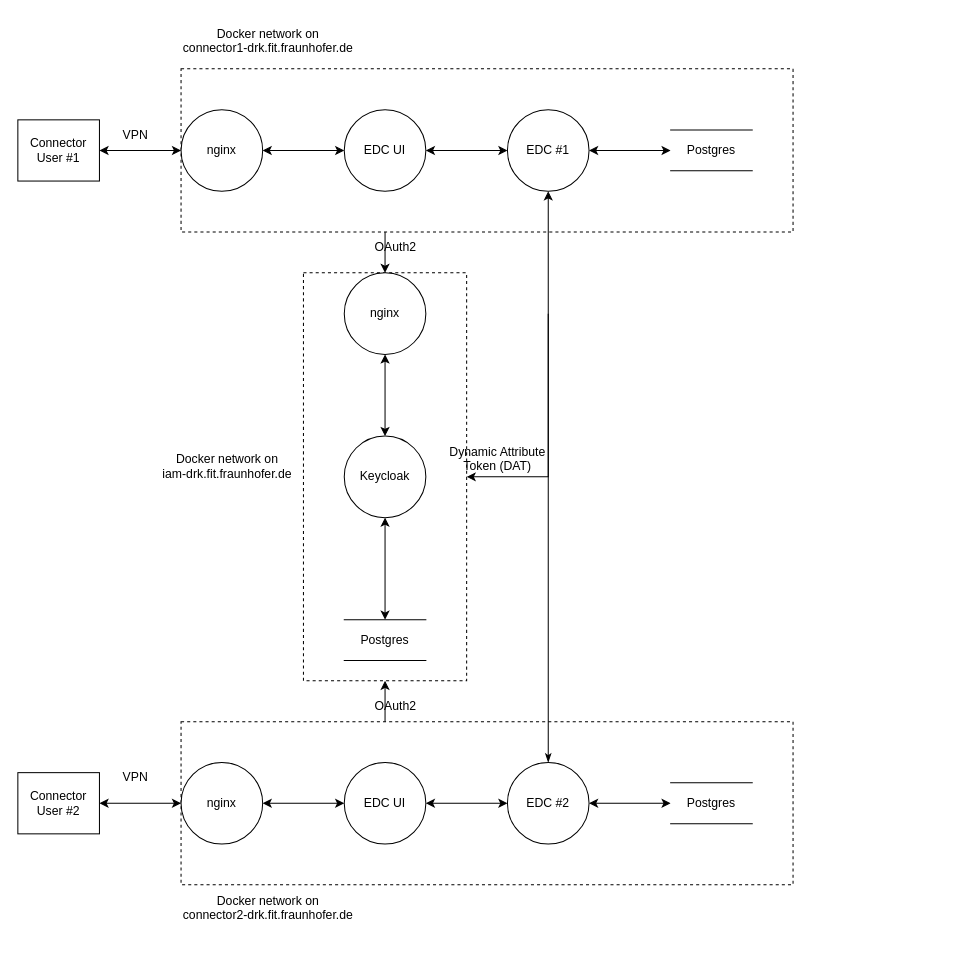
This is drk-data-flow.drawio from janniswarnat/draw.io-diagrams, a draw.io file, before an edit. Source tidied: cells renumbered, new cells numbered last; positions are measured from the earlier drawing's top-left corner, leaving out a move shared by most shapes. Both pictures are drawn from the tidied source at 102%, with x=0, y=0 at pixel (17, 17).
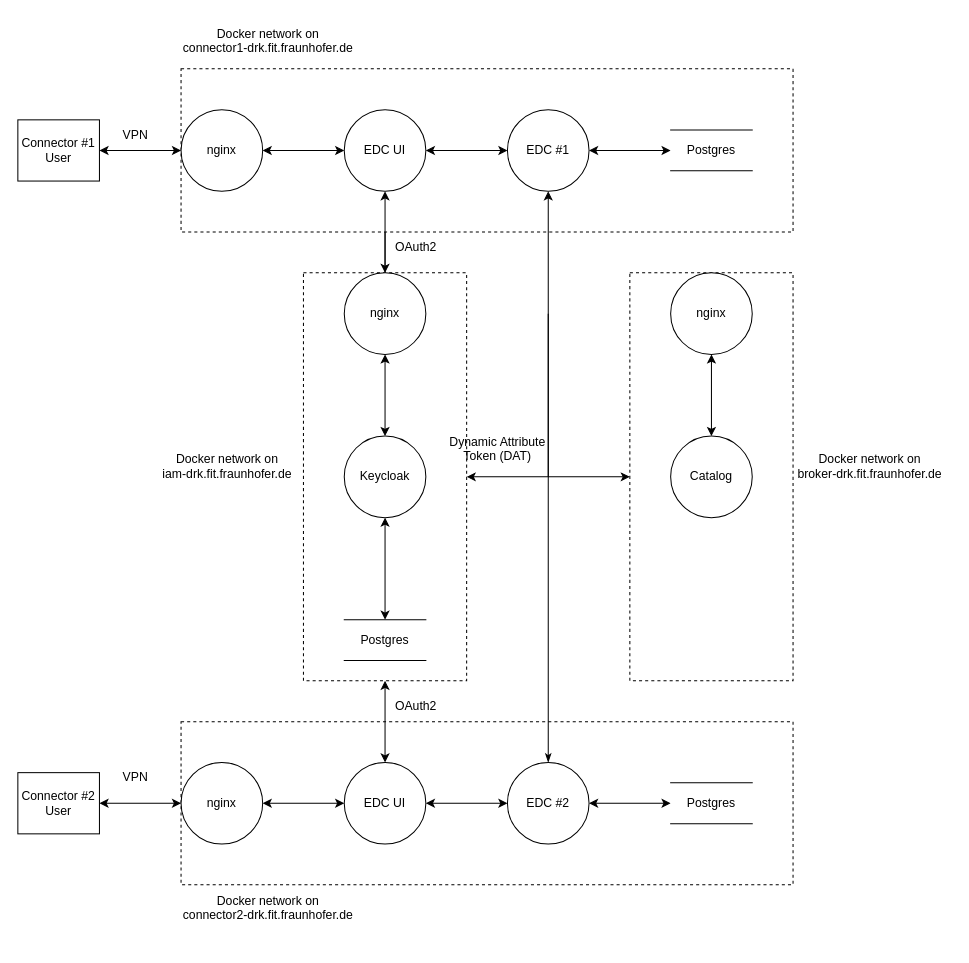
The same page after the edit.

The change refers to these unchanged cells:
```xml
<mxCell id="4" style="html=1;dashed=1;whiteSpace=wrap;" parent="1" vertex="1">
  <mxGeometry x="280" y="250" width="160" height="400" as="geometry" />
</mxCell>
<mxCell id="7" value="nginx" style="shape=ellipse;html=1;dashed=0;whiteSpace=wrap;perimeter=ellipsePerimeter;" parent="1" vertex="1">
  <mxGeometry x="320" y="250" width="80" height="80" as="geometry" />
</mxCell>
<mxCell id="18" value="EDC UI" style="shape=ellipse;html=1;dashed=0;whiteSpace=wrap;perimeter=ellipsePerimeter;" parent="13" vertex="1">
  <mxGeometry x="170" y="90" width="80" height="80" as="geometry" />
</mxCell>
<mxCell id="35" value="EDC UI" style="shape=ellipse;html=1;dashed=0;whiteSpace=wrap;perimeter=ellipsePerimeter;" parent="1" vertex="1">
  <mxGeometry x="320" y="730" width="80" height="80" as="geometry" />
</mxCell>
```

Diff of the diagram source:
```diff
@@
-    <mxCell id="3" value="Connector User #1" style="html=1;dashed=0;whiteSpace=wrap;" parent="1" vertex="1">
+    <mxCell id="3" value="Connector #1 User" style="html=1;dashed=0;whiteSpace=wrap;" parent="1" vertex="1">
       <mxGeometry y="100" width="80" height="60" as="geometry" />
     </mxCell>
@@
-    <mxCell id="5" style="edgeStyle=orthogonalEdgeStyle;rounded=0;jettySize=auto;html=1;startArrow=classic;startFill=1;" parent="1" edge="1" source="18" target="7">
-      <mxGeometry relative="1" as="geometry" />
-    </mxCell>
@@
+    <mxCell id="41" style="edgeStyle=orthogonalEdgeStyle;rounded=0;jettySize=auto;html=1;" parent="1" edge="1" source="7" target="18">
+      <mxGeometry relative="1" as="geometry" />
+    </mxCell>
@@
-    <mxCell id="11" value="OAuth2" style="text;html=1;align=center;verticalAlign=middle;strokeColor=none;fillColor=none;" parent="1" vertex="1">
-      <mxGeometry x="340" y="210" width="60" height="30" as="geometry" />
-    </mxCell>
@@
+    <mxCell id="5" style="edgeStyle=orthogonalEdgeStyle;rounded=0;jettySize=auto;html=1;startArrow=classic;startFill=1;exitX=0.5;exitY=1;exitDx=0;exitDy=0;" parent="1" edge="1" source="18" target="7">
+      <mxGeometry relative="1" as="geometry" />
+    </mxCell>
@@
+    <mxCell id="11" value="OAuth2" style="text;html=1;align=center;verticalAlign=middle;strokeColor=none;fillColor=none;" parent="1" vertex="1">
+      <mxGeometry x="360" y="210" width="60" height="30" as="geometry" />
+    </mxCell>
     <mxCell id="24" value="Dynamic Attribute&lt;div&gt;Token (DAT)&lt;div&gt;&lt;br&gt;&lt;/div&gt;&lt;/div&gt;" style="text;html=1;align=center;verticalAlign=middle;strokeColor=none;fillColor=none;" parent="1" vertex="1">
-      <mxGeometry x="410" y="410" width="120" height="60" as="geometry" />
+      <mxGeometry x="410" y="400" width="120" height="60" as="geometry" />
     </mxCell>
@@
-    <mxCell id="26" value="Connector User #2" style="html=1;dashed=0;whiteSpace=wrap;" parent="1" vertex="1">
+    <mxCell id="26" value="Connector #2 User" style="html=1;dashed=0;whiteSpace=wrap;" parent="1" vertex="1">
       <mxGeometry y="740" width="80" height="60" as="geometry" />
     </mxCell>
-    <mxCell id="27" style="edgeStyle=orthogonalEdgeStyle;rounded=0;jettySize=auto;html=1;entryX=0.5;entryY=1;entryDx=0;entryDy=0;" parent="1" edge="1" source="35" target="4">
-      <mxGeometry relative="1" as="geometry" />
-    </mxCell>
     <mxCell id="28" value="OAuth2" style="text;html=1;align=center;verticalAlign=middle;strokeColor=none;fillColor=none;" parent="1" vertex="1">
-      <mxGeometry x="340" y="660" width="60" height="30" as="geometry" />
+      <mxGeometry x="360" y="660" width="60" height="30" as="geometry" />
     </mxCell>
@@
+    <mxCell id="27" style="edgeStyle=orthogonalEdgeStyle;rounded=0;jettySize=auto;html=1;entryX=0.5;entryY=1;entryDx=0;entryDy=0;exitX=0.5;exitY=0;exitDx=0;exitDy=0;startArrow=classic;startFill=1;" parent="1" edge="1" source="35" target="4">
+      <mxGeometry relative="1" as="geometry" />
+    </mxCell>
@@
+    <mxCell id="42" style="rounded=0;whiteSpace=wrap;html=1;dashed=1;" parent="1" vertex="1">
+      <mxGeometry x="600" y="250" width="160" height="400" as="geometry" />
+    </mxCell>
+    <mxCell id="43" style="edgeStyle=orthogonalEdgeStyle;rounded=0;orthogonalLoop=1;jettySize=auto;html=1;startArrow=classic;startFill=1;endArrow=none;endFill=0;" parent="1" edge="1">
+      <mxGeometry relative="1" as="geometry">
+        <mxPoint x="600" y="450" as="sourcePoint" />
+        <mxPoint x="520" y="450" as="targetPoint" />
+      </mxGeometry>
+    </mxCell>
+    <mxCell id="44" value="Catalog" style="shape=ellipse;html=1;dashed=0;whiteSpace=wrap;perimeter=ellipsePerimeter;" parent="1" vertex="1">
+      <mxGeometry x="640" y="410" width="80" height="80" as="geometry" />
+    </mxCell>
+    <mxCell id="45" value="Docker network on&lt;div&gt;broker&lt;span style=&quot;background-color: initial;&quot;&gt;-drk.fit.fraunhofer.de&lt;/span&gt;&lt;/div&gt;" style="text;html=1;align=center;verticalAlign=middle;strokeColor=none;fillColor=none;" parent="1" vertex="1">
+      <mxGeometry x="755" y="420" width="160" height="40" as="geometry" />
+    </mxCell>
+    <mxCell id="46" style="edgeStyle=orthogonalEdgeStyle;rounded=0;jettySize=auto;html=1;startArrow=classic;startFill=1;" parent="1" edge="1" source="47" target="44">
+      <mxGeometry relative="1" as="geometry" />
+    </mxCell>
+    <mxCell id="47" value="nginx" style="shape=ellipse;html=1;dashed=0;whiteSpace=wrap;perimeter=ellipsePerimeter;" parent="1" vertex="1">
+      <mxGeometry x="640" y="250" width="80" height="80" as="geometry" />
+    </mxCell>
```
